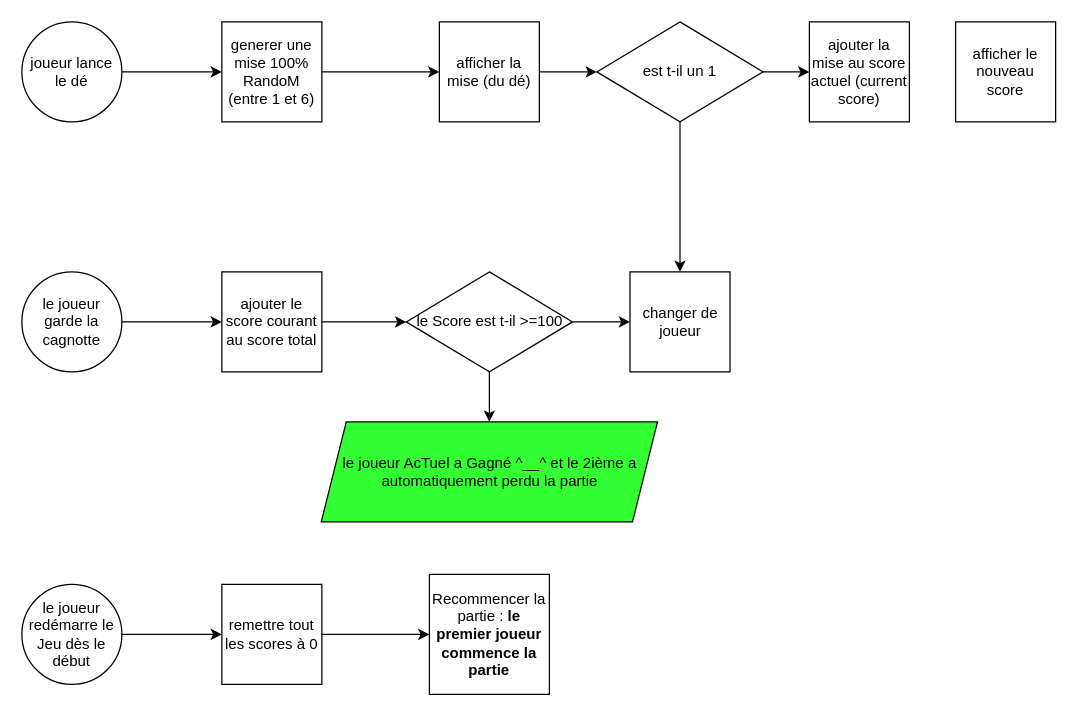
This is assets/Diagramme sans nom.drawio from thepianist89/Studi-ECF-2-the-DOM-GaMe---by-Hamadi-BAKLOUTI, a draw.io file, before an edit. Source tidied: cells renumbered, new cells numbered last; positions are measured from the earlier drawing's top-left corner, leaving out a move shared by most shapes. Both pictures are drawn from the tidied source at 125%, with x=0, y=0 at pixel (21, 21).
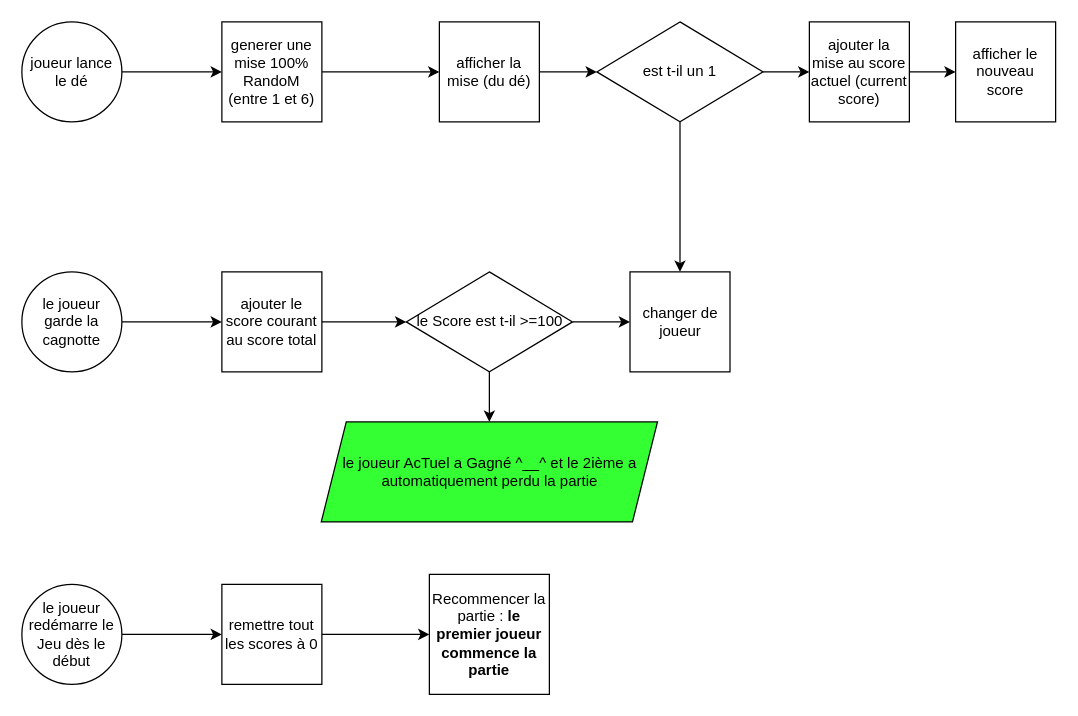
The same diagram, later.

The change refers to these unchanged cells:
```xml
<mxCell id="25" value="ajouter la mise au score actuel (current score)" style="whiteSpace=wrap;html=1;" parent="1" vertex="1">
  <mxGeometry x="630" width="80" height="80" as="geometry" />
</mxCell>
<mxCell id="26" value="afficher le nouveau score" style="whiteSpace=wrap;html=1;" parent="1" vertex="1">
  <mxGeometry x="747" width="80" height="80" as="geometry" />
</mxCell>
```

Change to the diagram source:
```diff
@@
+    <mxCell id="27" style="edgeStyle=none;html=1;" parent="1" edge="1" source="25" target="26">
+      <mxGeometry relative="1" as="geometry" />
+    </mxCell>
```
